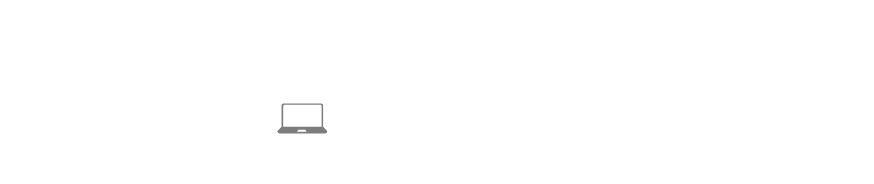
This is page "Cow-person Agile" (1 of 4) of sdlc/architecture.drawio from codeethic/ubiquitous-invention, a draw.io file, before an edit. Source tidied: cells renumbered, new cells numbered last; positions are measured from the earlier drawing's top-left corner, leaving out a move shared by most shapes. Both pictures are drawn from the tidied source at 100%, with x=0, y=0 at pixel (277, 103).
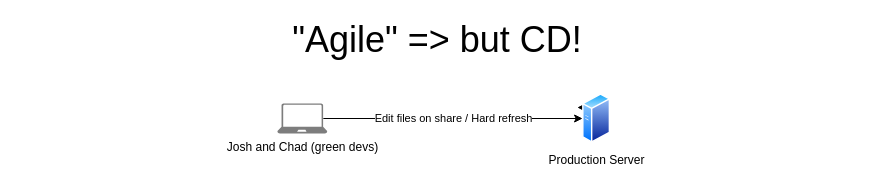
The same page after the edit.

Diff of the diagram source:
```diff
@@
 <mxGraphModel>
   <root>
     <mxCell id="0" />
     <mxCell id="1" parent="0" />
+    <mxCell id="3" value="Edit files on share / Hard refresh" style="edgeStyle=none;html=1;exitX=0.92;exitY=0.5;exitDx=0;exitDy=0;exitPerimeter=0;entryX=0;entryY=0.5;entryDx=0;entryDy=0;" parent="1" edge="1" source="2" target="5">
+      <mxGeometry relative="1" as="geometry" />
+    </mxCell>
-    <mxCell id="2" style="shadow=0;dashed=0;html=1;strokeColor=none;labelPosition=center;verticalLabelPosition=bottom;verticalAlign=top;align=center;shape=mxgraph.azure.laptop;fillColor=#7D7D7D;" parent="1" vertex="1">
+    <mxCell id="2" value="Josh and Chad (green devs)&lt;br&gt;" style="shadow=0;dashed=0;html=1;strokeColor=none;labelPosition=center;verticalLabelPosition=bottom;verticalAlign=top;align=center;shape=mxgraph.azure.laptop;fillColor=#7D7D7D;" parent="1" vertex="1">
       <mxGeometry x="-0.2" width="50" height="30" as="geometry" />
     </mxCell>
+    <mxCell id="4" style="edgeStyle=none;html=1;exitX=1;exitY=0.25;exitDx=0;exitDy=0;" parent="1" edge="1" source="5">
+      <mxGeometry relative="1" as="geometry">
+        <mxPoint x="299.8" y="4" as="targetPoint" />
+      </mxGeometry>
+    </mxCell>
+    <mxCell id="5" value="Production Server&lt;br&gt;" style="perimeter=ellipsePerimeter;html=1;align=center;shadow=0;dashed=0;spacingTop=3;image;image=img/lib/active_directory/generic_server.svg;" parent="1" vertex="1">
+      <mxGeometry x="305.1" y="-10" width="28" height="50" as="geometry" />
+    </mxCell>
+    <mxCell id="6" value="&lt;span style=&quot;font-size: 36px&quot;&gt;&quot;Agile&quot; =&amp;gt; but CD!&lt;/span&gt;" style="text;html=1;strokeColor=none;fillColor=none;align=center;verticalAlign=middle;whiteSpace=wrap;rounded=0;dashed=1;" parent="1" vertex="1">
+      <mxGeometry x="-260.2" y="-79" width="840" height="29" as="geometry" />
+    </mxCell>
   </root>
 </mxGraphModel>
```
